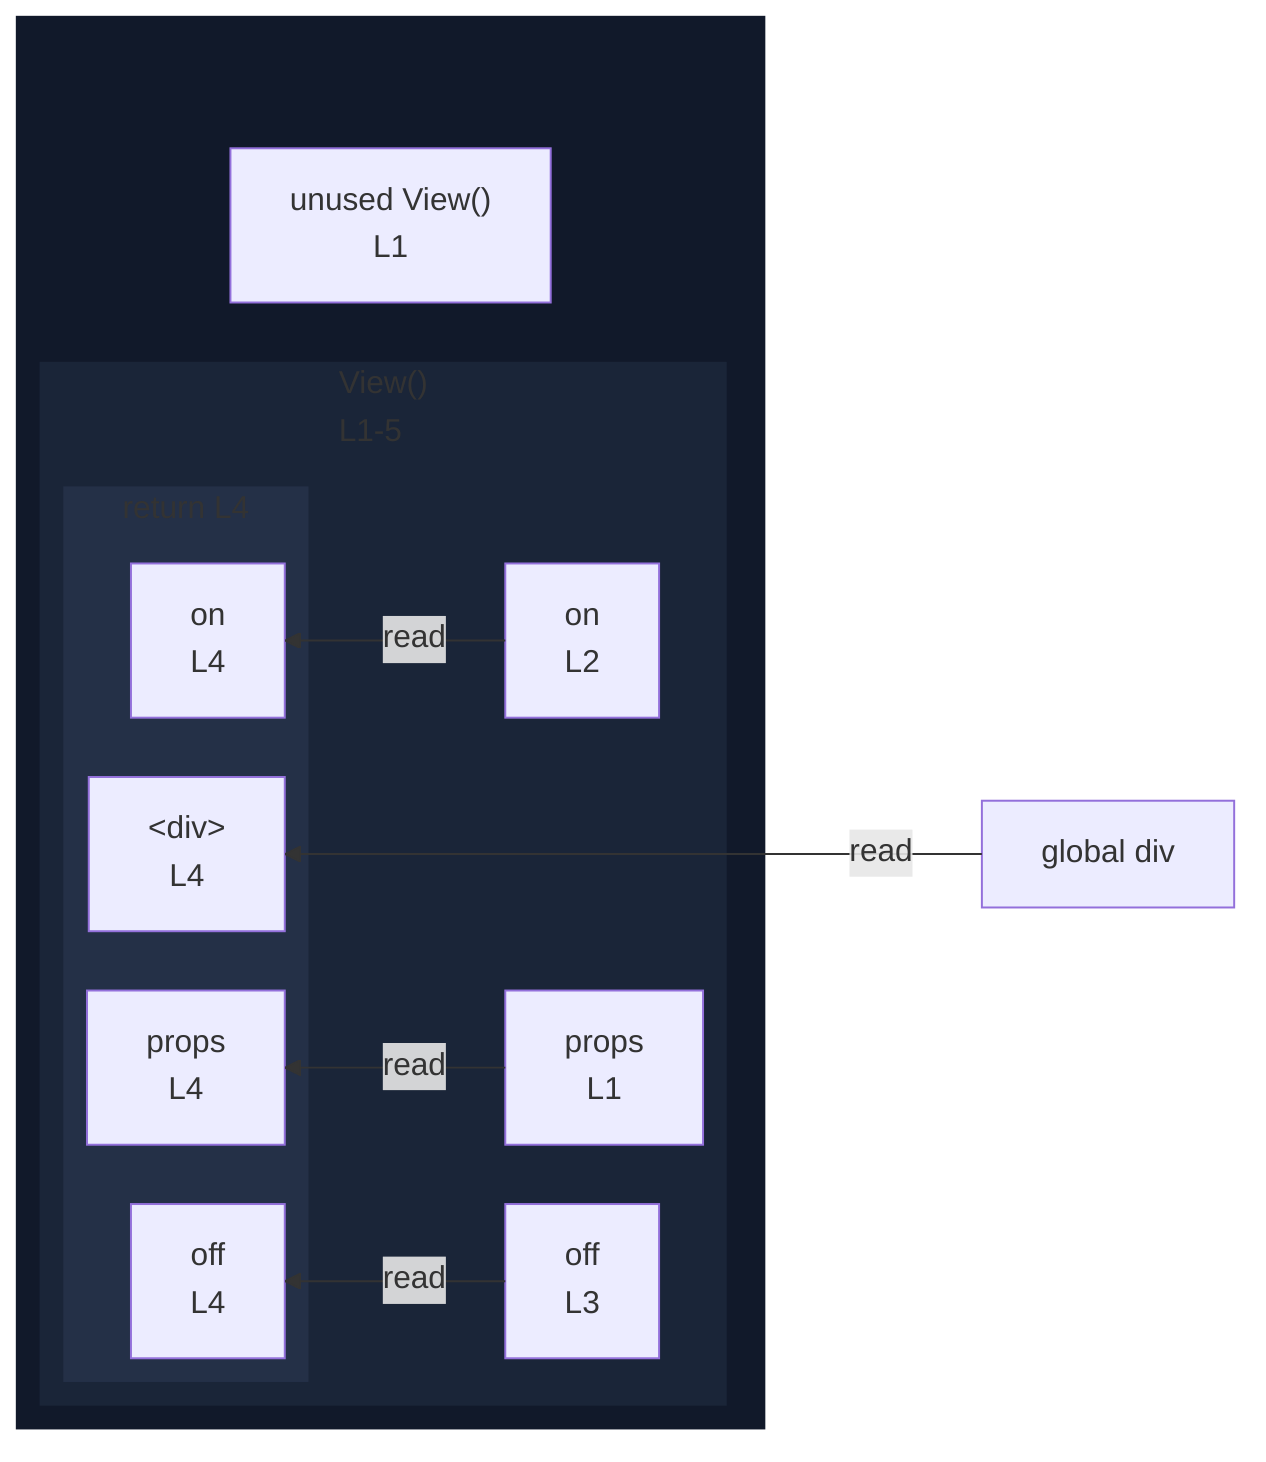
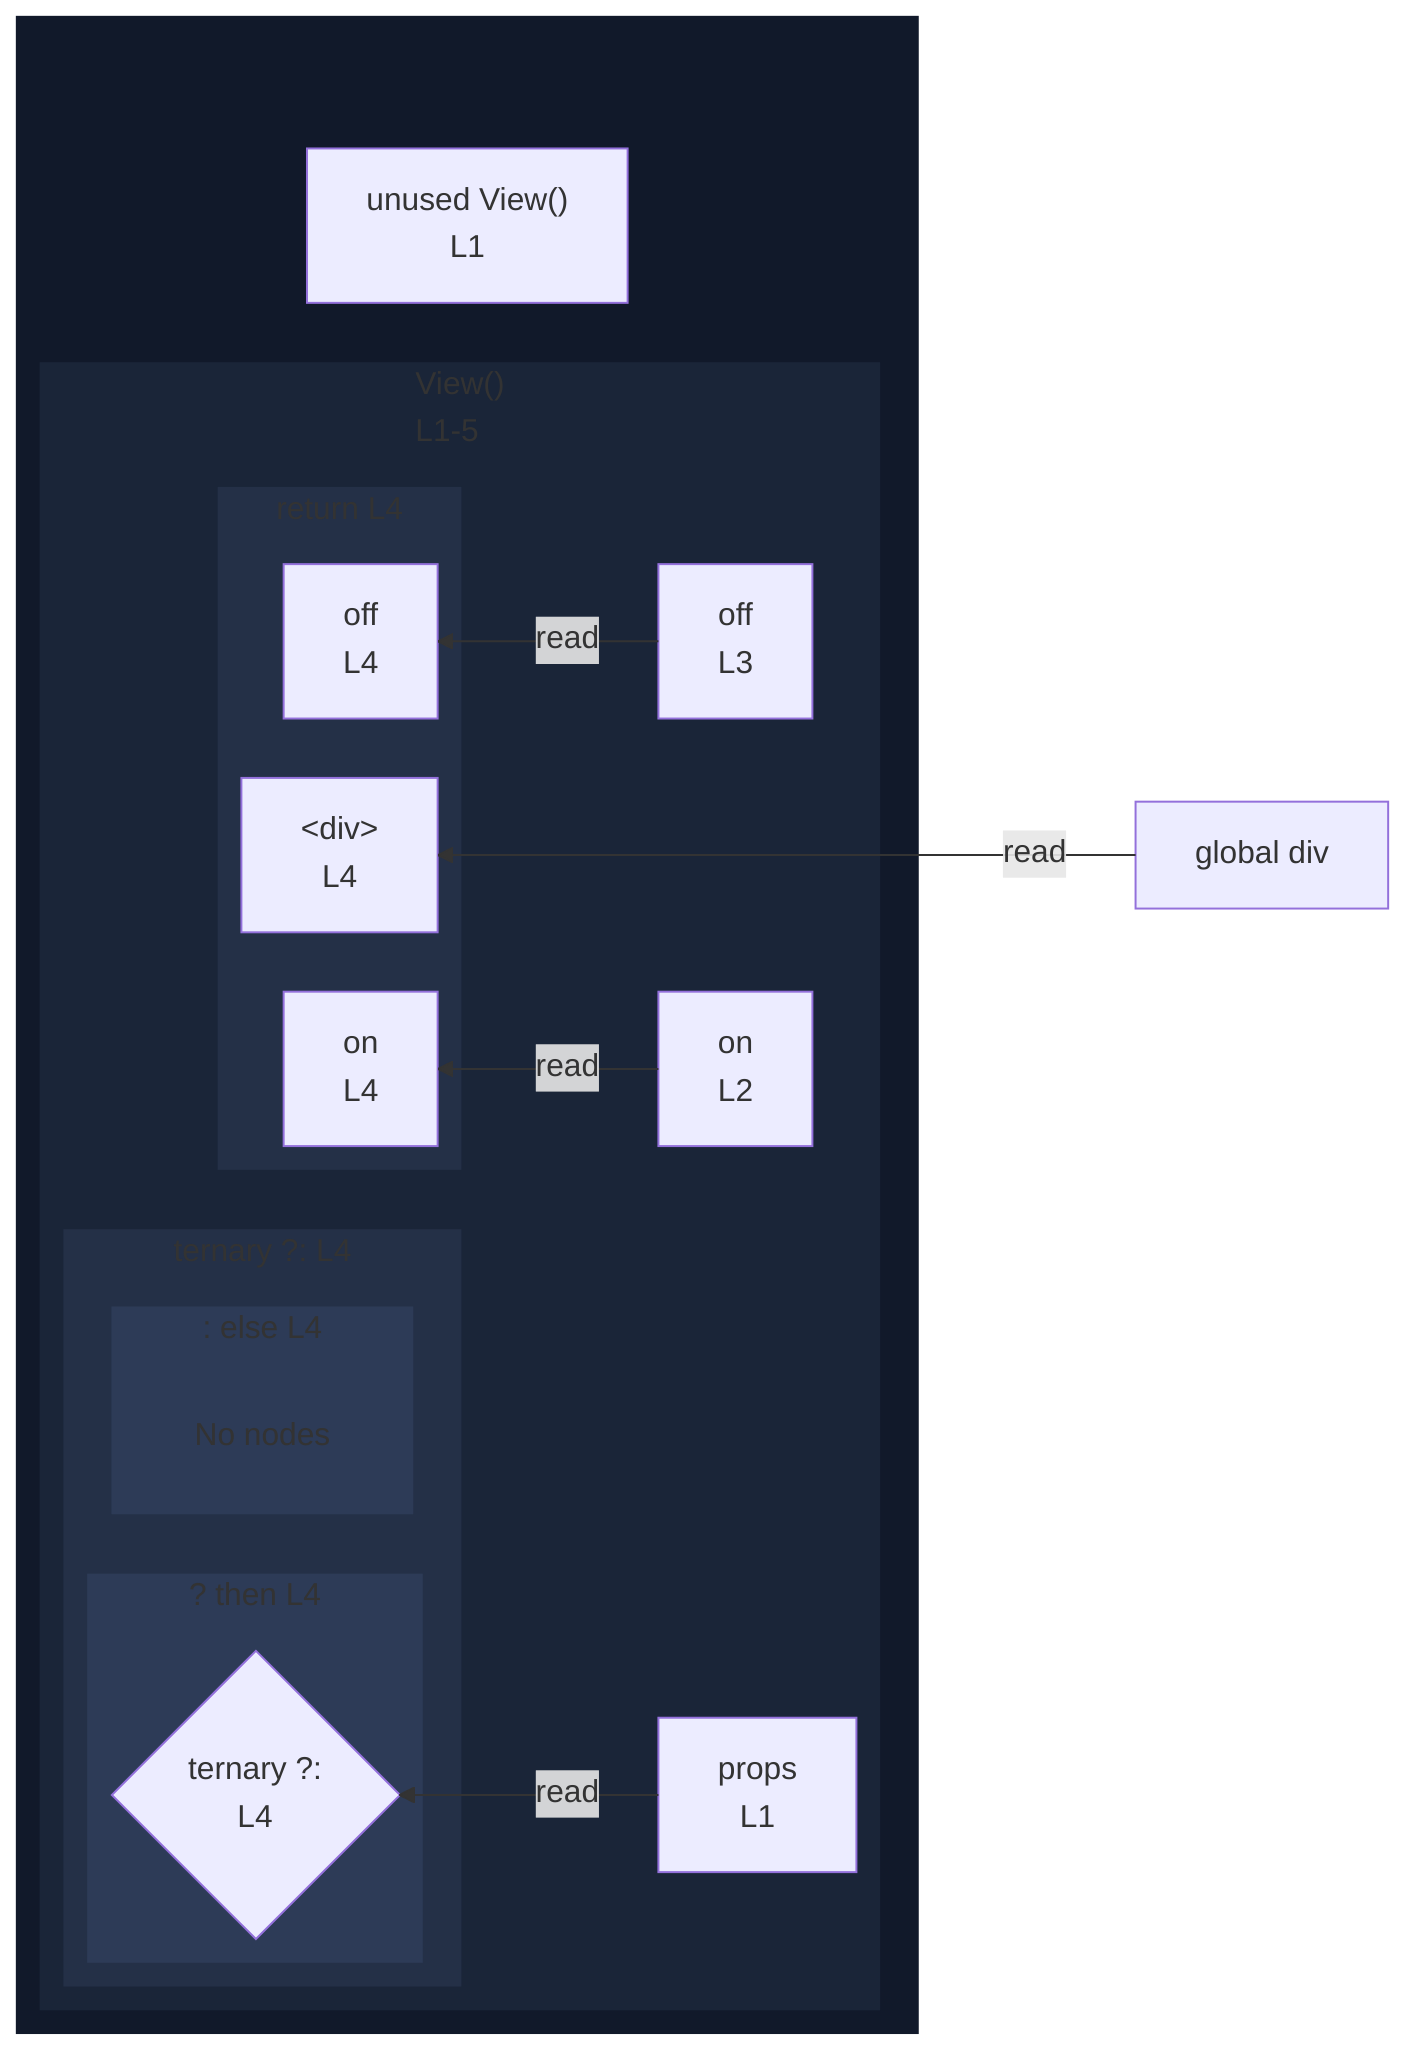
%%{init: {"flowchart": {"defaultRenderer": "elk"}}}%%
flowchart RL
  n_scope_0_div_102["global div"]
  subgraph wrap_s_scope_1[" "]
    direction TB
    n_scope_0_View_16["unused View()<br/>L1"]
    subgraph s_scope_1["View()<br/>L1-5"]
      direction RL
      n_scope_1_props_21["props<br/>L1"]
      n_scope_1_on_60["on<br/>L2"]
      n_scope_1_off_79["off<br/>L3"]
+       subgraph cont_ternary_scope_1_107["ternary ?: L4"]
+         direction RL
+         subgraph s_scope_2["? then L4"]
+           direction RL
+           ternary_test_scope_1_107{"ternary ?:<br/>L4"}
+         end
+         subgraph s_scope_3[": else L4"]
+           direction RL
+           elk_empty_s_scope_3["No nodes"]
+         end
+       end
      subgraph s_return_scope_0_View_16_94_139["return L4"]
        direction RL
        ret_use_ref_2["&lt;div&gt;<br/>L4"]
-         ret_use_ref_3["props<br/>L4"]
        ret_use_ref_4["on<br/>L4"]
        ret_use_ref_5["off<br/>L4"]
      end
    end
  end
  n_scope_0_div_102 -->|read| ret_use_ref_2
-   n_scope_1_props_21 -->|read| ret_use_ref_3
+   n_scope_1_props_21 -->|read| ternary_test_scope_1_107
  n_scope_1_on_60 -->|read| ret_use_ref_4
  n_scope_1_off_79 -->|read| ret_use_ref_5
  classDef nestL1 fill:#11192a,stroke:transparent;
  class wrap_s_scope_1 nestL1;
  classDef nestL2 fill:#1a2538,stroke:transparent;
  class s_scope_1 nestL2;
  classDef nestL3 fill:#243047,stroke:transparent;
+   class cont_ternary_scope_1_107 nestL3;
  class s_return_scope_0_View_16_94_139 nestL3;
+   classDef nestL4 fill:#2d3b57,stroke:transparent;
+   class s_scope_2 nestL4;
+   class s_scope_3 nestL4;
+   classDef elkEmptyPlaceholder fill:transparent,stroke:transparent;
+   class elk_empty_s_scope_3 elkEmptyPlaceholder;
